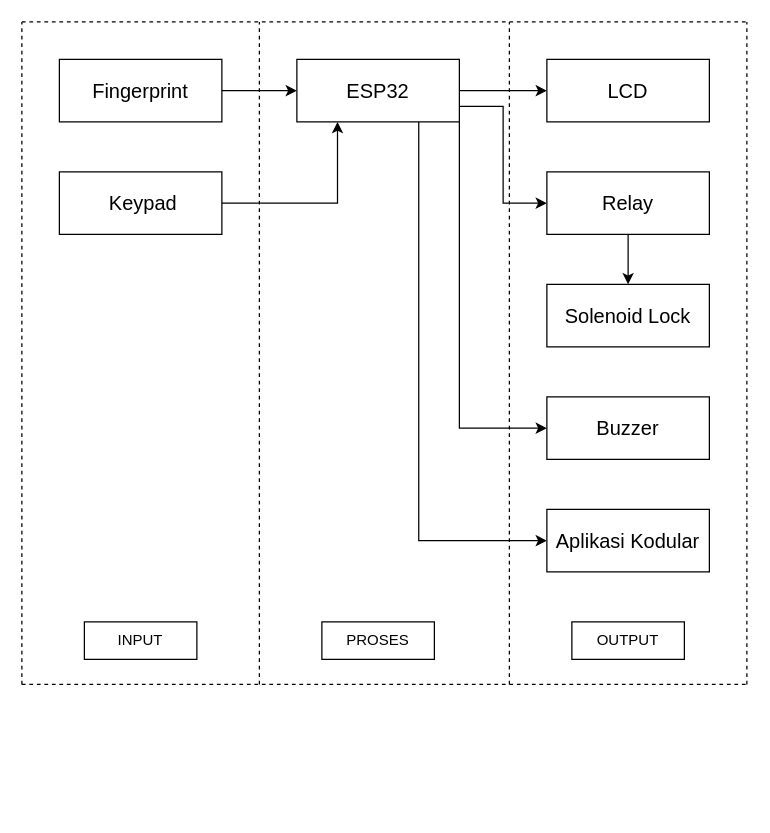
This is Untitled Diagram.drawio from putrinadiasudartomo/13020210003_Modul7_dan_Modul8_PutriNadiaSudartomo, a draw.io file, before an edit. Source tidied: cells renumbered, new cells numbered last; positions are measured from the earlier drawing's top-left corner, leaving out a move shared by most shapes. Both pictures are drawn from the tidied source at 125%, with x=0, y=0 at pixel (21, 21).
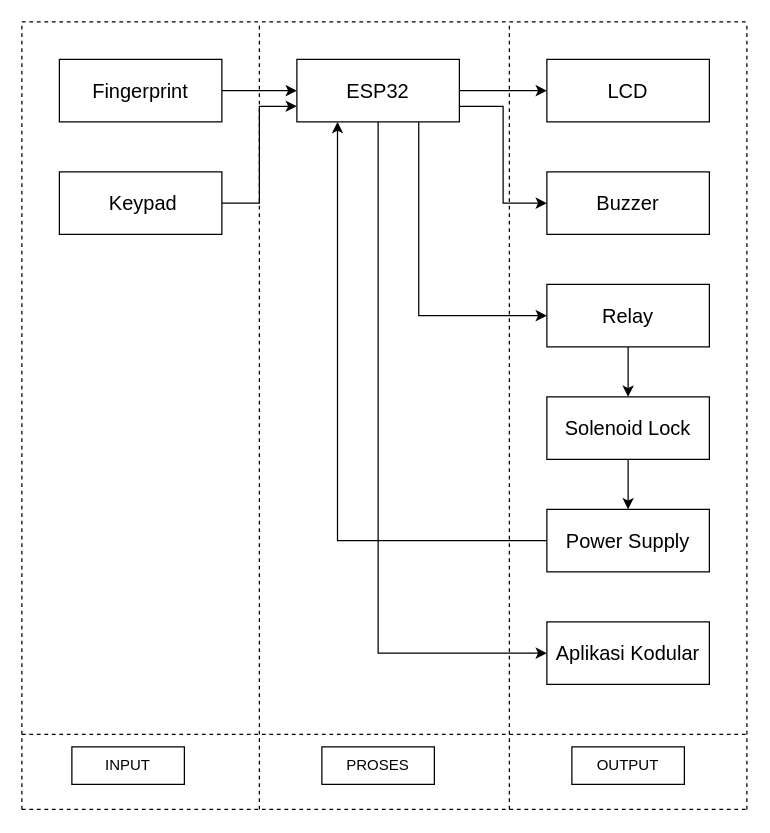
Above is the later version.

The change refers to these unchanged cells:
```xml
<mxCell id="5" value="&lt;font size=&quot;3&quot;&gt;&amp;nbsp;Keypad&lt;/font&gt;" style="rounded=0;whiteSpace=wrap;html=1;" parent="1" vertex="1">
  <mxGeometry x="30" y="120" width="130" height="50" as="geometry" />
</mxCell>
<mxCell id="10" value="&lt;font size=&quot;3&quot;&gt;ESP32&lt;/font&gt;" style="rounded=0;whiteSpace=wrap;html=1;" parent="1" vertex="1">
  <mxGeometry x="220" y="30" width="130" height="50" as="geometry" />
</mxCell>
```

What changed in the source:
```diff
@@
-    <mxCell id="4" style="edgeStyle=orthogonalEdgeStyle;rounded=0;jettySize=auto;html=1;exitX=1;exitY=0.5;exitDx=0;exitDy=0;entryX=0.25;entryY=1;entryDx=0;entryDy=0;" parent="1" edge="1" source="5" target="10">
+    <mxCell id="4" style="edgeStyle=orthogonalEdgeStyle;rounded=0;jettySize=auto;html=1;exitX=1;exitY=0.5;exitDx=0;exitDy=0;entryX=0;entryY=0.75;entryDx=0;entryDy=0;" parent="1" edge="1" source="5" target="10">
       <mxGeometry relative="1" as="geometry" />
     </mxCell>
@@
-    <mxCell id="7" style="edgeStyle=orthogonalEdgeStyle;rounded=0;jettySize=auto;html=1;exitX=1;exitY=0.75;exitDx=0;exitDy=0;entryX=0;entryY=0.5;entryDx=0;entryDy=0;" parent="1" edge="1" source="10" target="13">
-      <mxGeometry relative="1" as="geometry" />
-    </mxCell>
-    <mxCell id="8" style="edgeStyle=orthogonalEdgeStyle;rounded=0;jettySize=auto;html=1;exitX=1;exitY=1;exitDx=0;exitDy=0;entryX=0;entryY=0.5;entryDx=0;entryDy=0;" parent="1" edge="1" source="10" target="15">
+    <mxCell id="8" style="edgeStyle=orthogonalEdgeStyle;rounded=0;jettySize=auto;html=1;exitX=1;exitY=0.75;exitDx=0;exitDy=0;entryX=0;entryY=0.5;entryDx=0;entryDy=0;" parent="1" edge="1" source="10" target="15">
       <mxGeometry relative="1" as="geometry" />
     </mxCell>
-    <mxCell id="9" style="edgeStyle=orthogonalEdgeStyle;rounded=0;jettySize=auto;html=1;exitX=0.75;exitY=1;exitDx=0;exitDy=0;entryX=0;entryY=0.5;entryDx=0;entryDy=0;" parent="1" edge="1" source="10" target="16">
+    <mxCell id="9" style="edgeStyle=orthogonalEdgeStyle;rounded=0;jettySize=auto;html=1;exitX=0.5;exitY=1;exitDx=0;exitDy=0;entryX=0;entryY=0.5;entryDx=0;entryDy=0;" parent="1" edge="1" source="10" target="16">
       <mxGeometry relative="1" as="geometry" />
     </mxCell>
+    <mxCell id="7" style="edgeStyle=orthogonalEdgeStyle;rounded=0;jettySize=auto;html=1;exitX=0.75;exitY=1;exitDx=0;exitDy=0;entryX=0;entryY=0.5;entryDx=0;entryDy=0;" parent="1" edge="1" source="10" target="13">
+      <mxGeometry relative="1" as="geometry" />
+    </mxCell>
@@
     <mxCell id="13" value="&lt;font size=&quot;3&quot;&gt;Relay&lt;/font&gt;" style="rounded=0;whiteSpace=wrap;html=1;" parent="1" vertex="1">
-      <mxGeometry x="420" y="120" width="130" height="50" as="geometry" />
+      <mxGeometry x="420" y="210" width="130" height="50" as="geometry" />
     </mxCell>
+    <mxCell id="26" style="edgeStyle=orthogonalEdgeStyle;rounded=0;jettySize=auto;html=1;exitX=0.5;exitY=1;exitDx=0;exitDy=0;entryX=0.5;entryY=0;entryDx=0;entryDy=0;" parent="1" edge="1" source="14" target="28">
+      <mxGeometry relative="1" as="geometry" />
+    </mxCell>
     <mxCell id="14" value="&lt;font size=&quot;3&quot;&gt;Solenoid Lock&lt;/font&gt;" style="rounded=0;whiteSpace=wrap;html=1;" parent="1" vertex="1">
-      <mxGeometry x="420" y="210" width="130" height="50" as="geometry" />
+      <mxGeometry x="420" y="300" width="130" height="50" as="geometry" />
     </mxCell>
     <mxCell id="15" value="&lt;font size=&quot;3&quot;&gt;Buzzer&lt;/font&gt;" style="rounded=0;whiteSpace=wrap;html=1;" parent="1" vertex="1">
-      <mxGeometry x="420" y="300" width="130" height="50" as="geometry" />
+      <mxGeometry x="420" y="120" width="130" height="50" as="geometry" />
     </mxCell>
     <mxCell id="16" value="&lt;font size=&quot;3&quot;&gt;Aplikasi Kodular&lt;/font&gt;" style="rounded=0;whiteSpace=wrap;html=1;" parent="1" vertex="1">
-      <mxGeometry x="420" y="390" width="130" height="50" as="geometry" />
+      <mxGeometry x="420" y="480" width="130" height="50" as="geometry" />
     </mxCell>
@@
     <mxCell id="18" value="INPUT" style="rounded=0;whiteSpace=wrap;html=1;" parent="1" vertex="1">
-      <mxGeometry x="50" y="480" width="90" height="30" as="geometry" />
+      <mxGeometry x="40" y="580" width="90" height="30" as="geometry" />
     </mxCell>
     <mxCell id="19" value="PROSES" style="rounded=0;whiteSpace=wrap;html=1;" parent="1" vertex="1">
-      <mxGeometry x="240" y="480" width="90" height="30" as="geometry" />
+      <mxGeometry x="240" y="580" width="90" height="30" as="geometry" />
     </mxCell>
     <mxCell id="20" value="OUTPUT" style="rounded=0;whiteSpace=wrap;html=1;" parent="1" vertex="1">
-      <mxGeometry x="440" y="480" width="90" height="30" as="geometry" />
+      <mxGeometry x="440" y="580" width="90" height="30" as="geometry" />
     </mxCell>
     <mxCell id="21" style="endArrow=none;dashed=1;html=1;rounded=0;" parent="1" edge="1">
       <mxGeometry relative="1" as="geometry">
-        <mxPoint y="530" as="sourcePoint" />
+        <mxPoint y="630" as="sourcePoint" />
         <mxPoint as="targetPoint" />
       </mxGeometry>
     </mxCell>
     <mxCell id="22" style="endArrow=none;dashed=1;html=1;rounded=0;" parent="1" edge="1">
       <mxGeometry relative="1" as="geometry">
-        <mxPoint x="580" y="530" as="sourcePoint" />
+        <mxPoint x="580" y="630" as="sourcePoint" />
         <mxPoint x="580" as="targetPoint" />
       </mxGeometry>
     </mxCell>
-    <mxCell id="23" style="endArrow=none;dashed=1;html=1;rounded=0;" parent="1" edge="1">
-      <mxGeometry relative="1" as="geometry">
-        <mxPoint y="530" as="sourcePoint" />
-        <mxPoint x="580" y="530" as="targetPoint" />
-      </mxGeometry>
-    </mxCell>
-    <mxCell id="24" style="endArrow=none;dashed=1;html=1;rounded=0;" parent="1" edge="1">
-      <mxGeometry relative="1" as="geometry">
-        <mxPoint x="190" y="530" as="sourcePoint" />
-        <mxPoint x="190" as="targetPoint" />
-      </mxGeometry>
-    </mxCell>
-    <mxCell id="25" style="endArrow=none;dashed=1;html=1;rounded=0;" parent="1" edge="1">
-      <mxGeometry relative="1" as="geometry">
-        <mxPoint x="390" y="530" as="sourcePoint" />
-        <mxPoint x="390" as="targetPoint" />
-      </mxGeometry>
-    </mxCell>
+    <mxCell id="27" style="edgeStyle=orthogonalEdgeStyle;rounded=0;jettySize=auto;html=1;exitX=0;exitY=0.5;exitDx=0;exitDy=0;entryX=0.25;entryY=1;entryDx=0;entryDy=0;" parent="1" edge="1" source="28" target="10">
+      <mxGeometry relative="1" as="geometry" />
+    </mxCell>
+    <mxCell id="28" value="&lt;font size=&quot;3&quot;&gt;Power Supply&lt;/font&gt;" style="rounded=0;whiteSpace=wrap;html=1;" parent="1" vertex="1">
+      <mxGeometry x="420" y="390" width="130" height="50" as="geometry" />
+    </mxCell>
+    <mxCell id="29" style="endArrow=none;dashed=1;html=1;rounded=0;" parent="1" edge="1">
+      <mxGeometry relative="1" as="geometry">
+        <mxPoint y="630" as="sourcePoint" />
+        <mxPoint x="580" y="630" as="targetPoint" />
+      </mxGeometry>
+    </mxCell>
+    <mxCell id="30" style="endArrow=none;dashed=1;html=1;rounded=0;" parent="1" edge="1">
+      <mxGeometry relative="1" as="geometry">
+        <mxPoint x="190" y="630" as="sourcePoint" />
+        <mxPoint x="190" as="targetPoint" />
+      </mxGeometry>
+    </mxCell>
+    <mxCell id="31" style="endArrow=none;dashed=1;html=1;rounded=0;" parent="1" edge="1">
+      <mxGeometry relative="1" as="geometry">
+        <mxPoint x="390" y="630" as="sourcePoint" />
+        <mxPoint x="390" as="targetPoint" />
+      </mxGeometry>
+    </mxCell>
+    <mxCell id="32" style="endArrow=none;dashed=1;html=1;rounded=0;" parent="1" edge="1">
+      <mxGeometry relative="1" as="geometry">
+        <mxPoint y="570" as="sourcePoint" />
+        <mxPoint x="580" y="570" as="targetPoint" />
+      </mxGeometry>
+    </mxCell>
```
